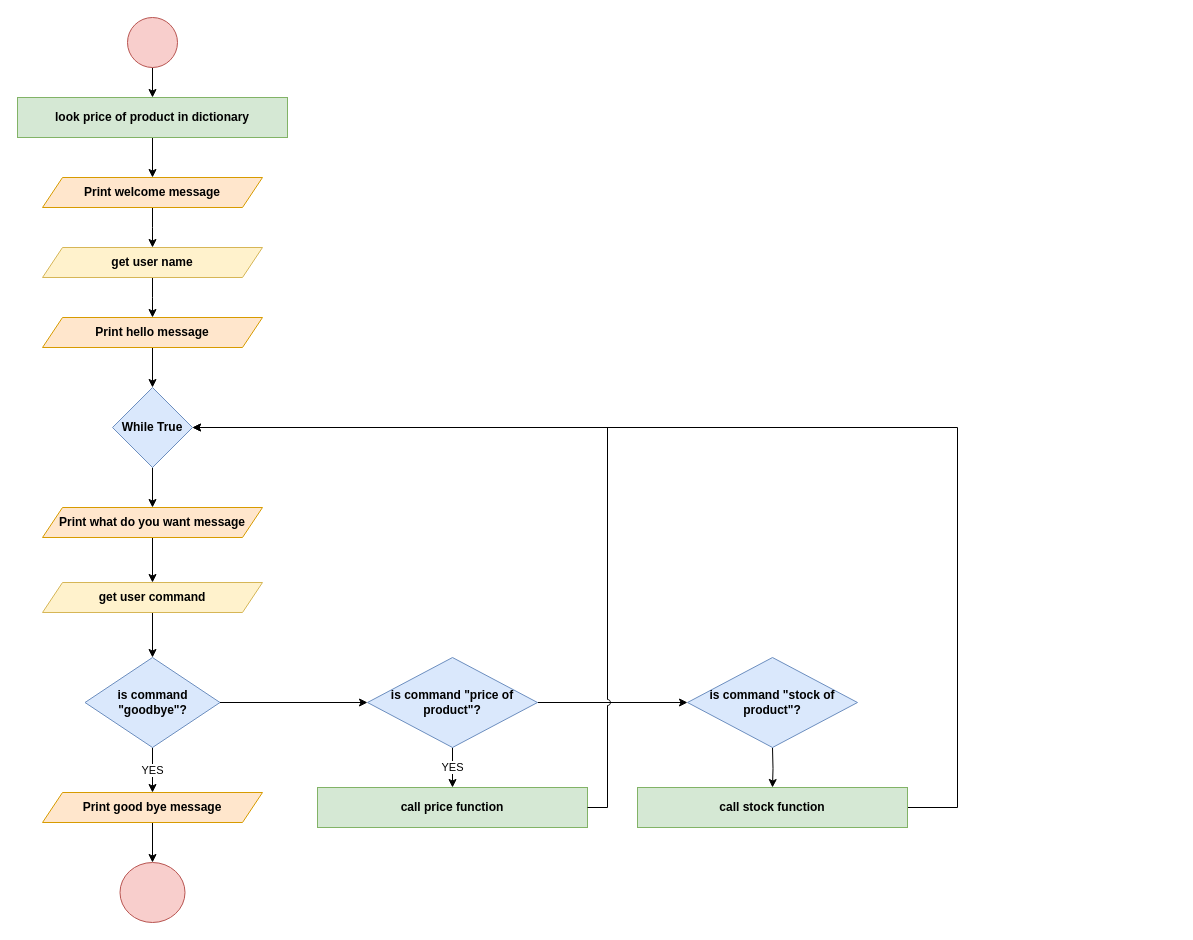
This is page "Página-3" (3 of 3) of Programming/Extra Exercises/img/chatbot.drawio from ffraile/computer_science_tutorials, a draw.io file, before an edit. Source tidied: cells renumbered, new cells numbered last; positions are measured from the earlier drawing's top-left corner, leaving out a move shared by most shapes. Both pictures are drawn from the tidied source at 100%, with x=0, y=0 at pixel (17, 17).
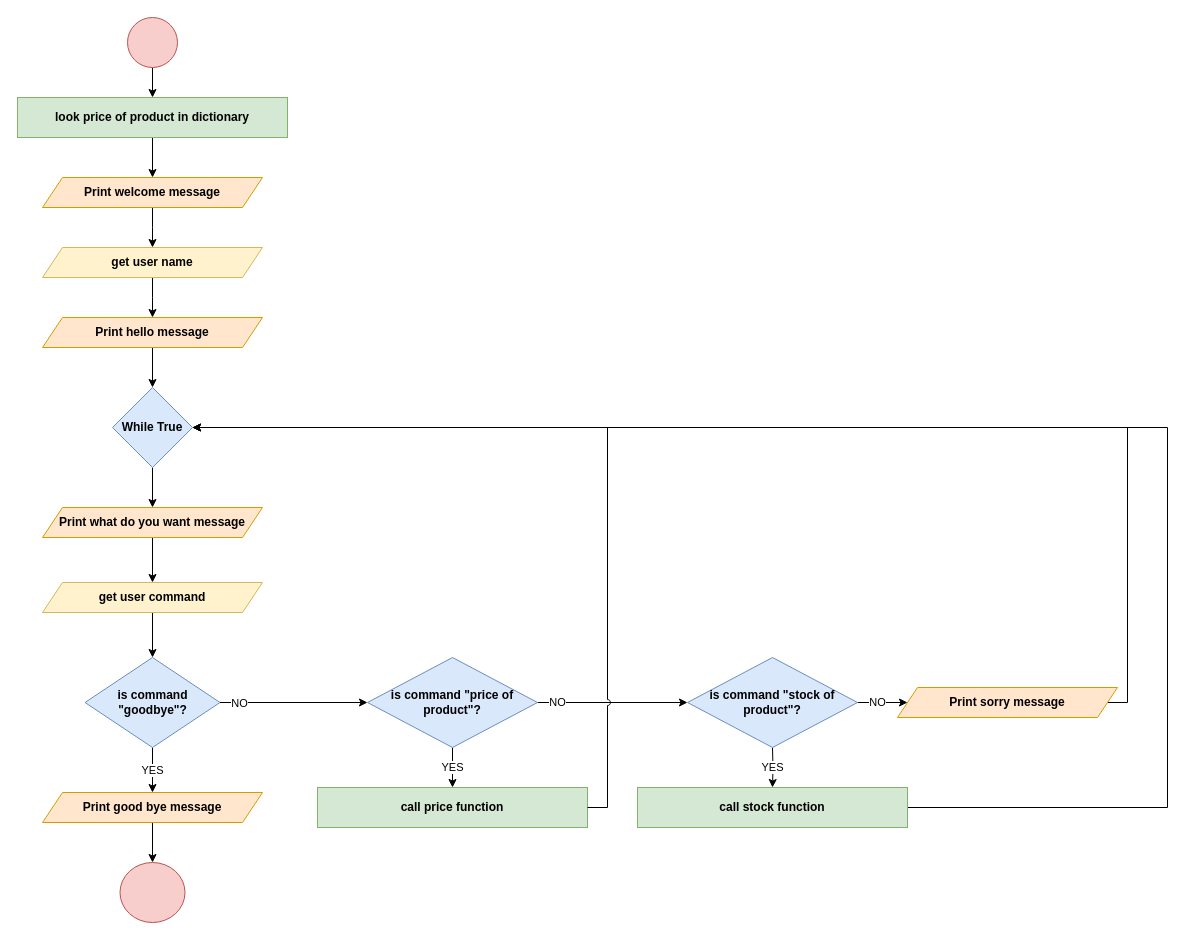
Above is the later version.

Unchanged cells that the change refers to:
```xml
<mxCell id="16" value="While True" style="rhombus;whiteSpace=wrap;html=1;fillColor=#dae8fc;strokeColor=#6c8ebf;fontStyle=1;" parent="1" vertex="1">
  <mxGeometry x="95" y="370" width="80" height="80" as="geometry" />
</mxCell>
<mxCell id="23" style="edgeStyle=orthogonalEdgeStyle;rounded=0;jettySize=auto;html=1;" parent="1" edge="1" source="24" target="28">
  <mxGeometry relative="1" as="geometry" />
</mxCell>
<mxCell id="28" value="is command &quot;price of product&quot;?" style="rhombus;whiteSpace=wrap;html=1;fillColor=#dae8fc;strokeColor=#6c8ebf;fontStyle=1;" parent="1" vertex="1">
  <mxGeometry x="350" y="640" width="170" height="90" as="geometry" />
</mxCell>
<mxCell id="29" value="call stock function" style="rounded=0;whiteSpace=wrap;html=1;fillColor=#d5e8d4;strokeColor=#82b366;fontStyle=1;" parent="1" vertex="1">
  <mxGeometry x="620" y="770" width="270" height="40" as="geometry" />
</mxCell>
<mxCell id="31" value="is command &quot;stock of product&quot;?" style="rhombus;whiteSpace=wrap;html=1;fillColor=#dae8fc;strokeColor=#6c8ebf;fontStyle=1;" parent="1" vertex="1">
  <mxGeometry x="670" y="640" width="170" height="90" as="geometry" />
</mxCell>
```

The edit, as a diff of the source:
```diff
@@
     <mxCell id="2" style="endArrow=classic;html=1;rounded=0;entryX=1;entryY=0.5;entryDx=0;entryDy=0;edgeStyle=orthogonalEdgeStyle;exitX=1;exitY=0.5;exitDx=0;exitDy=0;" parent="1" edge="1" source="29" target="16">
       <mxGeometry relative="1" as="geometry">
         <Array as="points">
-          <mxPoint x="940" y="790" />
-          <mxPoint x="940" y="410" />
+          <mxPoint x="1150" y="790" />
+          <mxPoint x="1150" y="410" />
         </Array>
       </mxGeometry>
     </mxCell>
@@
+    <mxCell id="33" value="NO" style="edgeLabel;html=1;align=center;verticalAlign=middle;" parent="23" vertex="1">
+      <mxGeometry x="-0.3" y="3" relative="1" as="geometry">
+        <mxPoint x="-33" y="3" as="offset" />
+      </mxGeometry>
+    </mxCell>
@@
-    <mxCell id="27" style="edgeStyle=orthogonalEdgeStyle;rounded=0;jettySize=auto;html=1;" parent="1" edge="1" source="28" target="31">
-      <mxGeometry relative="1" as="geometry" />
+    <mxCell id="27" value="NO" style="edgeStyle=orthogonalEdgeStyle;rounded=0;jettySize=auto;html=1;" parent="1" edge="1" source="28" target="31">
+      <mxGeometry x="-0.73" relative="1" as="geometry" />
     </mxCell>
@@
-    <mxCell id="30" style="edgeStyle=orthogonalEdgeStyle;rounded=0;jettySize=auto;html=1;" parent="1" edge="1" target="29">
+    <mxCell id="30" value="YES" style="edgeStyle=orthogonalEdgeStyle;rounded=0;jettySize=auto;html=1;" parent="1" edge="1" target="29">
       <mxGeometry relative="1" as="geometry">
         <mxPoint x="755" y="730" as="sourcePoint" />
       </mxGeometry>
     </mxCell>
+    <mxCell id="34" style="edgeStyle=orthogonalEdgeStyle;rounded=0;jettySize=auto;html=1;" parent="1" edge="1" source="31" target="36">
+      <mxGeometry relative="1" as="geometry" />
+    </mxCell>
@@
+    <mxCell id="35" value="NO" style="endArrow=classic;html=1;rounded=0;entryX=1;entryY=0.5;entryDx=0;entryDy=0;edgeStyle=orthogonalEdgeStyle;exitX=1;exitY=0.5;exitDx=0;exitDy=0;" parent="1" edge="1" source="36" target="16">
+      <mxGeometry x="-1" y="-230" relative="1" as="geometry">
+        <Array as="points">
+          <mxPoint x="1110" y="685" />
+          <mxPoint x="1110" y="410" />
+        </Array>
+        <mxPoint x="-230" y="-230" as="offset" />
+      </mxGeometry>
+    </mxCell>
+    <mxCell id="36" value="Print sorry message" style="shape=parallelogram;perimeter=parallelogramPerimeter;whiteSpace=wrap;html=1;fixedSize=1;fillColor=#ffe6cc;strokeColor=#d79b00;fontStyle=1;" parent="1" vertex="1">
+      <mxGeometry x="880" y="670" width="220" height="30" as="geometry" />
+    </mxCell>
```
